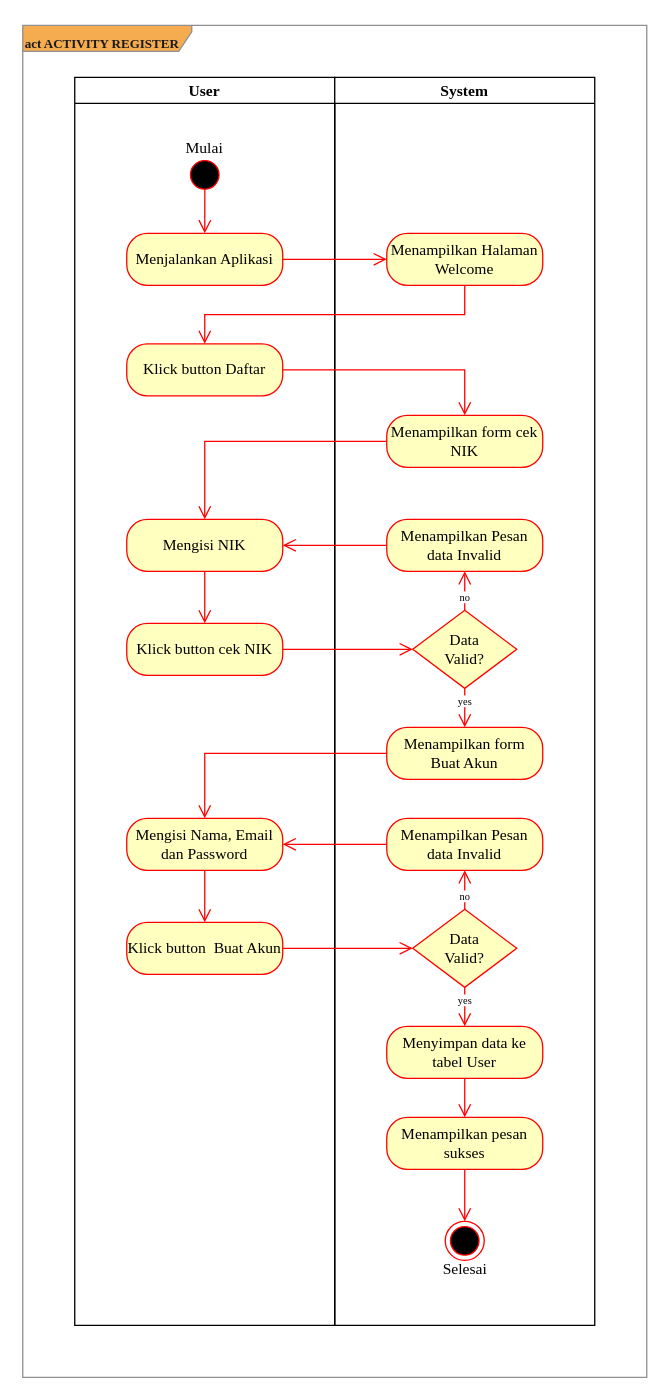
The draw.io diagram page "act-register" (1 of 4) of saga-activity-diagram-register.drawio in AkbarMarunduri/Saga-Diagram, before the edit. Source tidied: cells renumbered, new cells numbered last; positions are measured from the earlier drawing's top-left corner, leaving out a move shared by most shapes. Both pictures are drawn from the tidied source at 130%, with x=0, y=0 at pixel (22, 25).
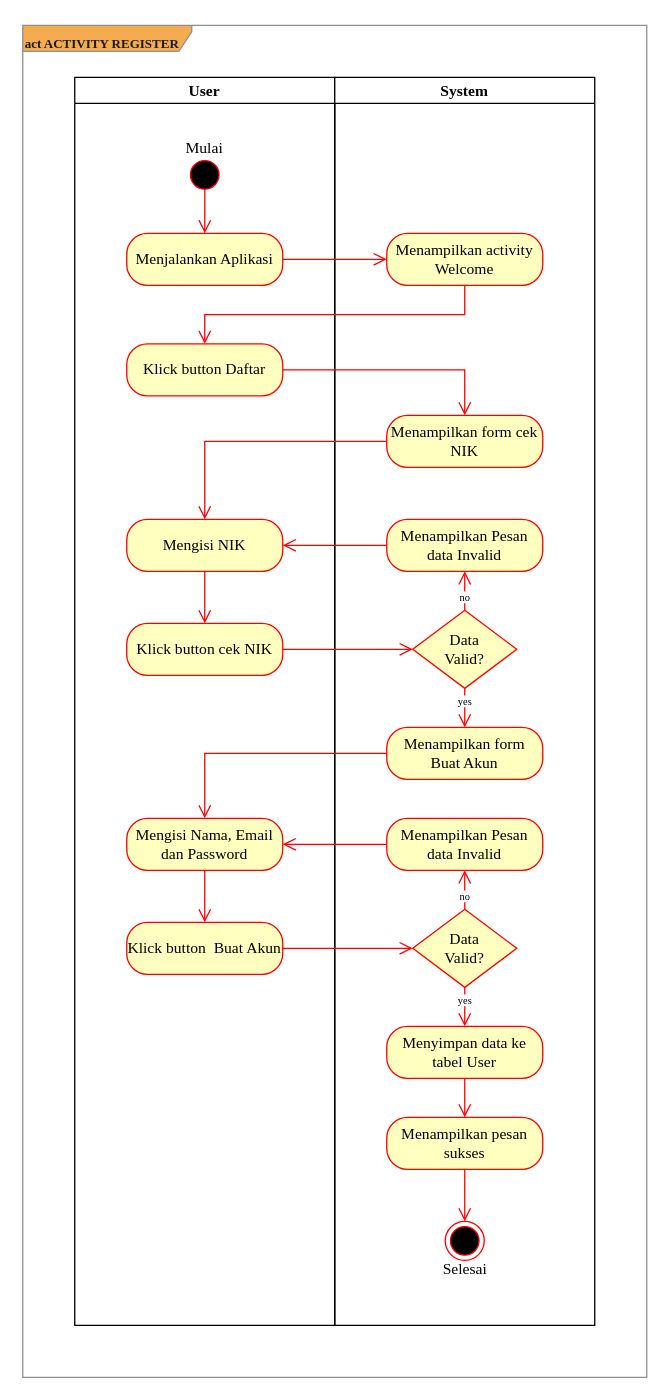
After the change.

The change refers to these unchanged cells:
```xml
<mxCell id="6" value="System" style="swimlane;startSize=20;hachureGap=4;fontFamily=Times New Roman;fontSize=12;align=center;" parent="1" vertex="1">
  <mxGeometry x="240" y="40" width="200" height="960" as="geometry" />
</mxCell>
```

The edit, as a diff of the source:
```diff
@@
-    <mxCell id="7" value="Menampilkan Halaman Welcome" style="rounded=1;whiteSpace=wrap;html=1;arcSize=40;fontColor=#000000;fillColor=#ffffc0;strokeColor=#FF0000;hachureGap=4;fontFamily=Times New Roman;fontSize=12;align=center;" parent="6" vertex="1">
+    <mxCell id="7" value="Menampilkan activity Welcome" style="rounded=1;whiteSpace=wrap;html=1;arcSize=40;fontColor=#000000;fillColor=#ffffc0;strokeColor=#FF0000;hachureGap=4;fontFamily=Times New Roman;fontSize=12;align=center;" parent="6" vertex="1">
       <mxGeometry x="40" y="120" width="120" height="40" as="geometry" />
     </mxCell>
```
